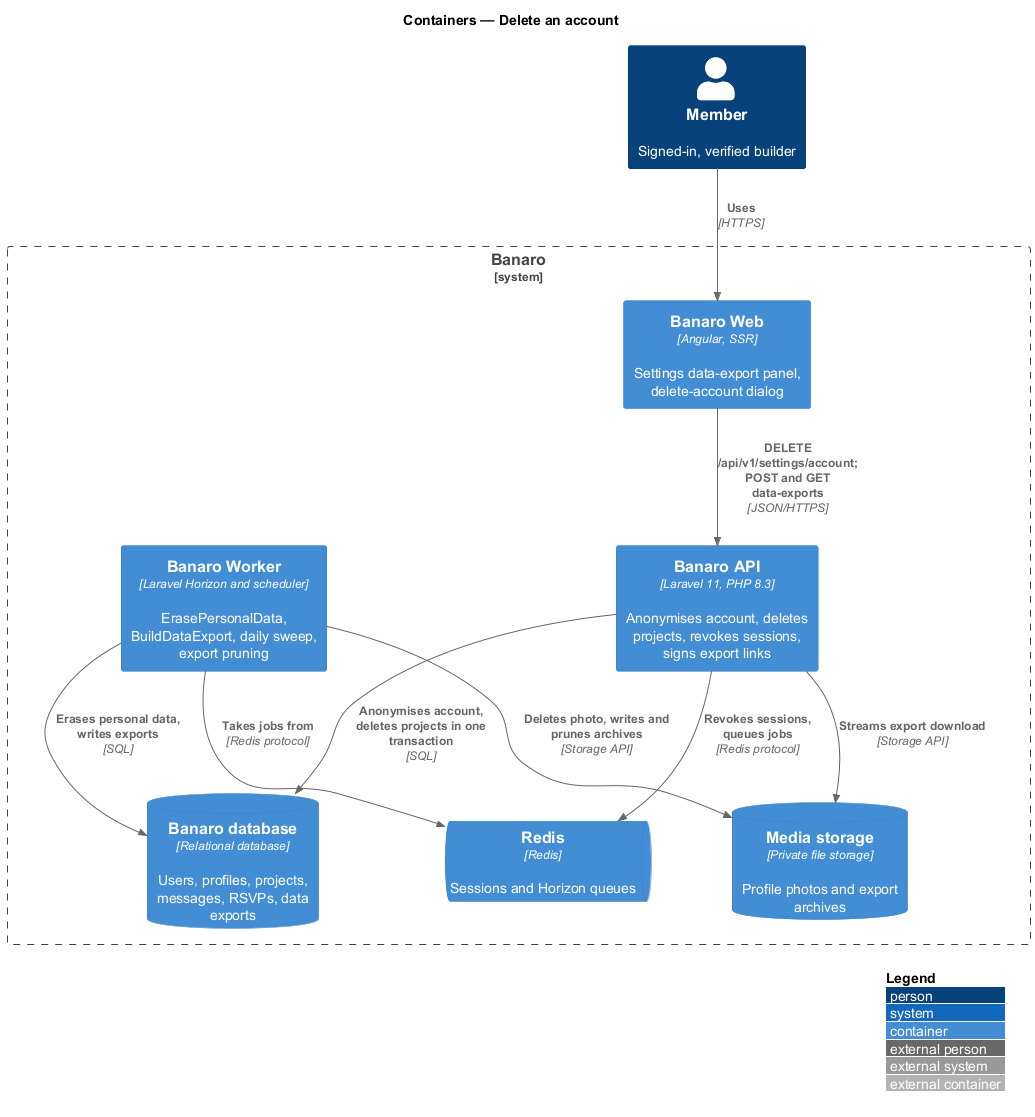
Above: docs/detailed-designs/settings/delete-account/diagrams/c4-container.png in QuinntyneBrown/banaro (PlantUML), before the change.
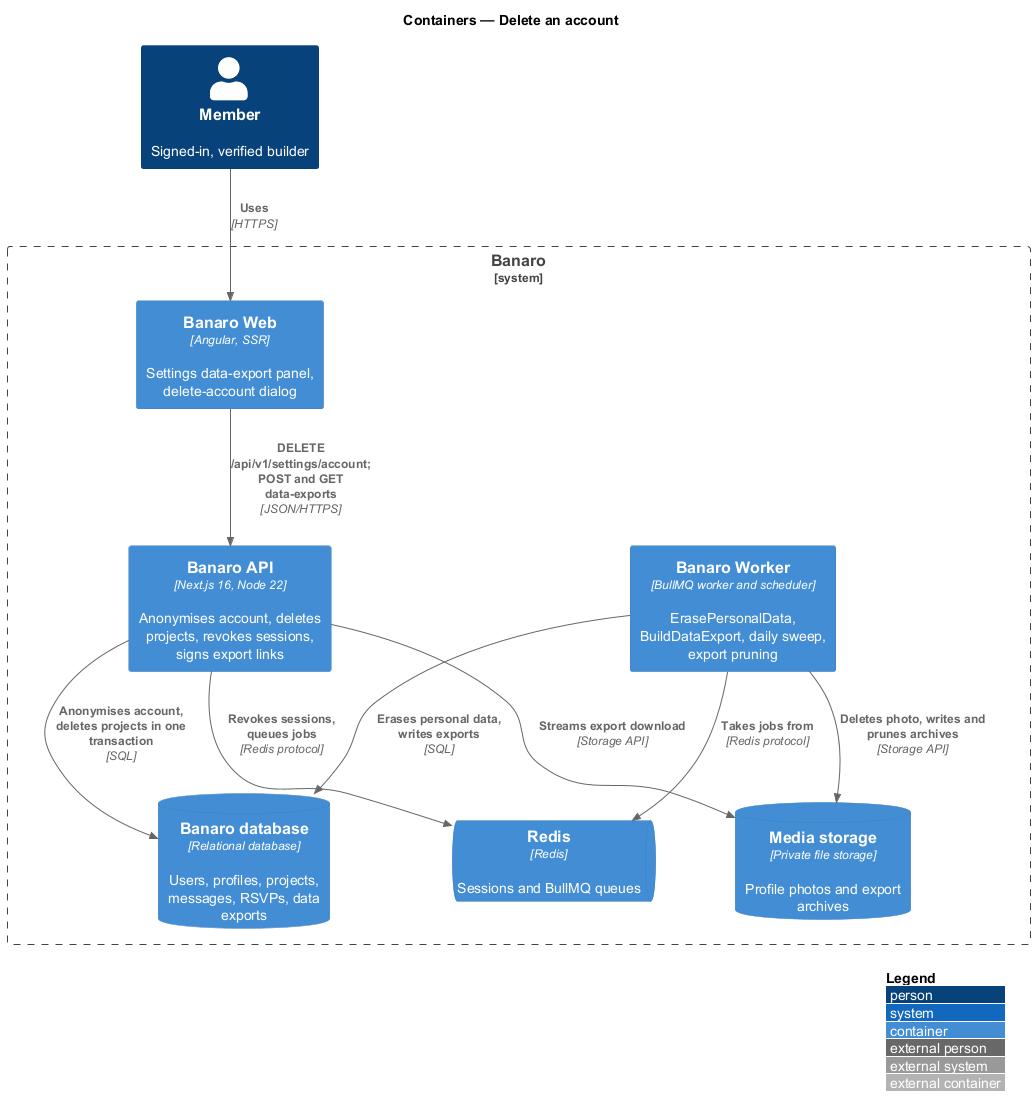
After the commit.

The edit, as a diff of the source:
```diff
@@ -7,10 +7,10 @@
 
 System_Boundary(banaro, "Banaro") {
   Container(web, "Banaro Web", "Angular, SSR", "Settings data-export panel, delete-account dialog")
-  Container(api, "Banaro API", "Laravel 11, PHP 8.3", "Anonymises account, deletes projects, revokes sessions, signs export links")
-  Container(worker, "Banaro Worker", "Laravel Horizon and scheduler", "ErasePersonalData, BuildDataExport, daily sweep, export pruning")
+  Container(api, "Banaro API", "Next.js 16, Node 22", "Anonymises account, deletes projects, revokes sessions, signs export links")
+  Container(worker, "Banaro Worker", "BullMQ worker and scheduler", "ErasePersonalData, BuildDataExport, daily sweep, export pruning")
   ContainerDb(db, "Banaro database", "Relational database", "Users, profiles, projects, messages, RSVPs, data exports")
-  ContainerQueue(redis, "Redis", "Redis", "Sessions and Horizon queues")
+  ContainerQueue(redis, "Redis", "Redis", "Sessions and BullMQ queues")
   ContainerDb(media, "Media storage", "Private file storage", "Profile photos and export archives")
 }
 
```
